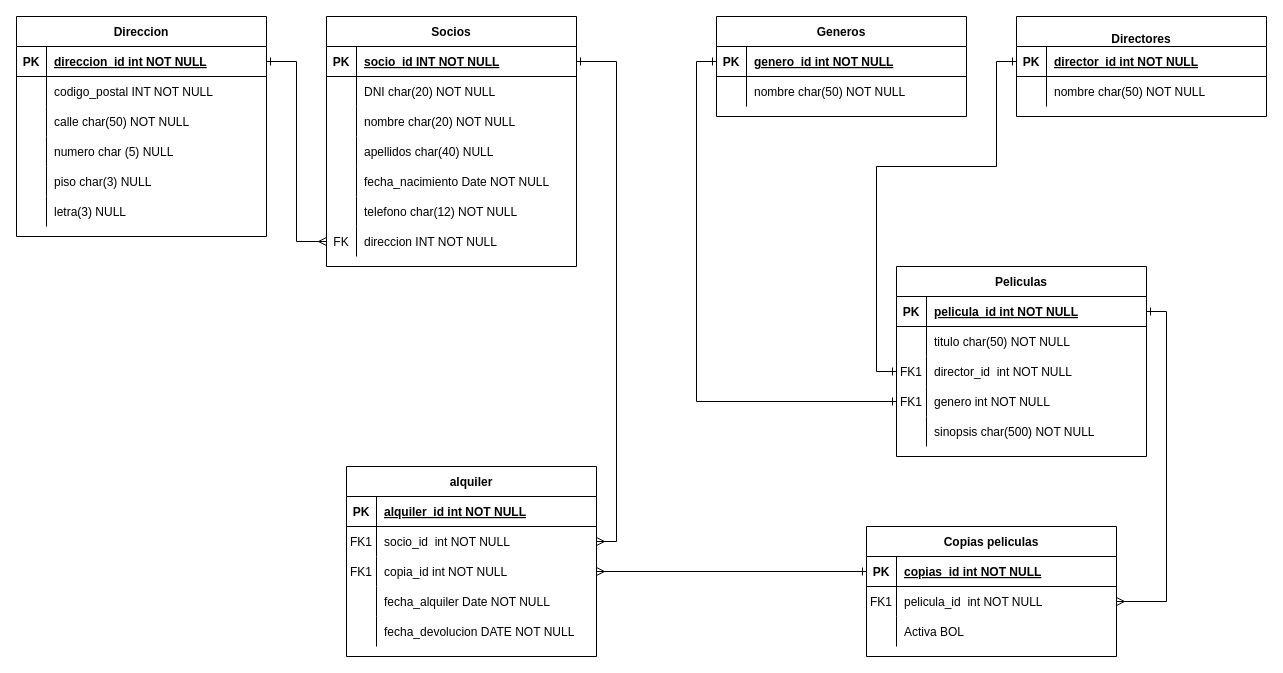
Above: videoclub.drawio in martinrivasr/modelado-de-datos-y-sql (draw.io), before the change. Source tidied: cells renumbered, new cells numbered last; positions are measured from the earlier drawing's top-left corner, leaving out a move shared by most shapes. Both pictures are drawn from the tidied source at 100%, with x=0, y=0 at pixel (16, 16).
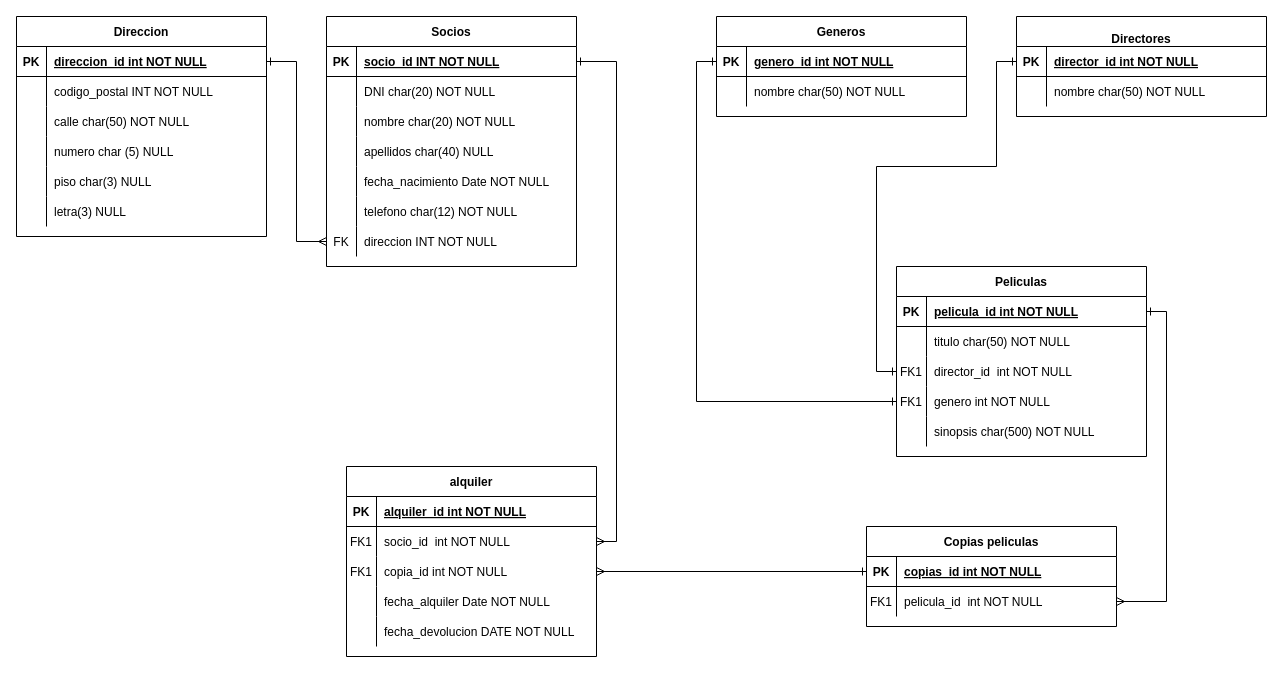
The same diagram, later.

Commit message (it also covers changes not shown here):
fix: se corrige modelado de datos

What changed in the source:
```diff
@@
     <mxCell id="74" value="Copias peliculas" style="shape=table;startSize=30;childLayout=tableLayout;rowLines=0;fontStyle=1;align=center;" parent="1" vertex="1">
-      <mxGeometry x="850" y="510" width="250" height="130" as="geometry" />
+      <mxGeometry x="850" y="510" width="250" height="100" as="geometry" />
     </mxCell>
@@
-    <mxCell id="81" style="shape=partialRectangle;fillColor=none;top=0;left=0;right=0;bottom=0;" parent="74" vertex="1">
-      <mxGeometry y="90" width="250" height="30" as="geometry" />
-    </mxCell>
-    <mxCell id="82" style="shape=partialRectangle;overflow=hidden;fillColor=none;top=0;left=0;bottom=0;right=0;" parent="81" vertex="1">
-      <mxGeometry width="30" height="30" as="geometry" />
-    </mxCell>
-    <mxCell id="83" value="Activa BOL" style="shape=partialRectangle;overflow=hidden;fillColor=none;top=0;left=0;bottom=0;right=0;align=left;spacingLeft=6;" parent="81" vertex="1">
-      <mxGeometry x="30" width="220" height="30" as="geometry" />
-    </mxCell>
```
